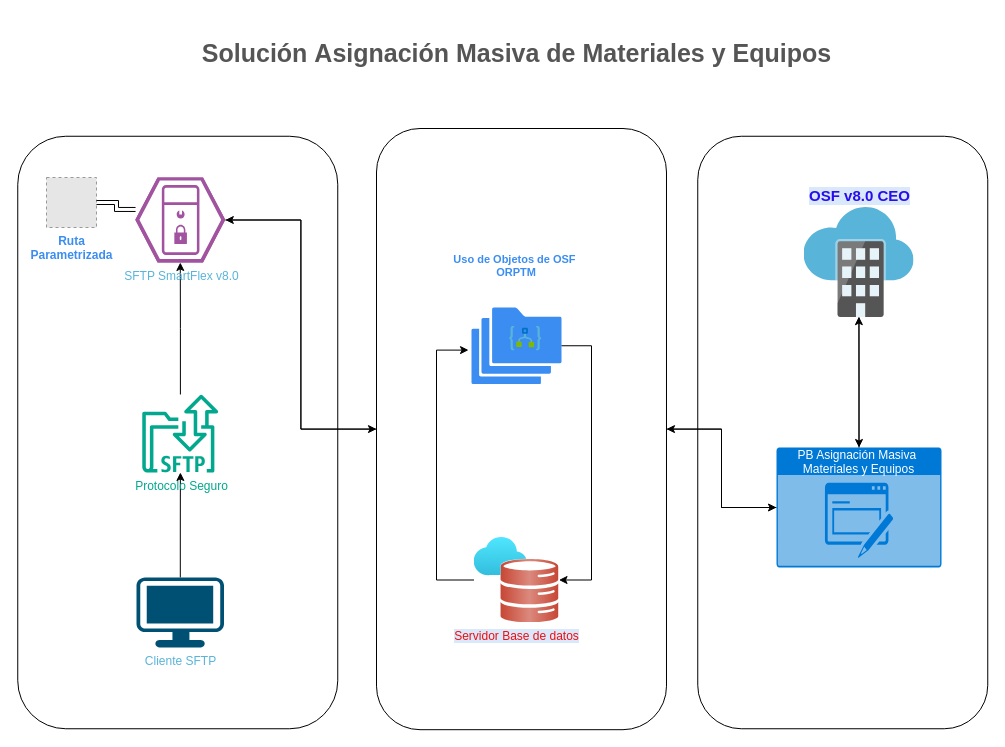
danieltm1987/Design_arandas_Horbath keeps this draw.io diagram as Diagrama_Diseño_Aranda_1132_v2.drawio. Above is the earlier version. Source tidied: cells renumbered, new cells numbered last; positions are measured from the earlier drawing's top-left corner, leaving out a move shared by most shapes. Both pictures are drawn from the tidied source at 100%, with x=0, y=0 at pixel (-119, 17). Pictures stored in the file or linked from it are replaced by grey dashed boxes.
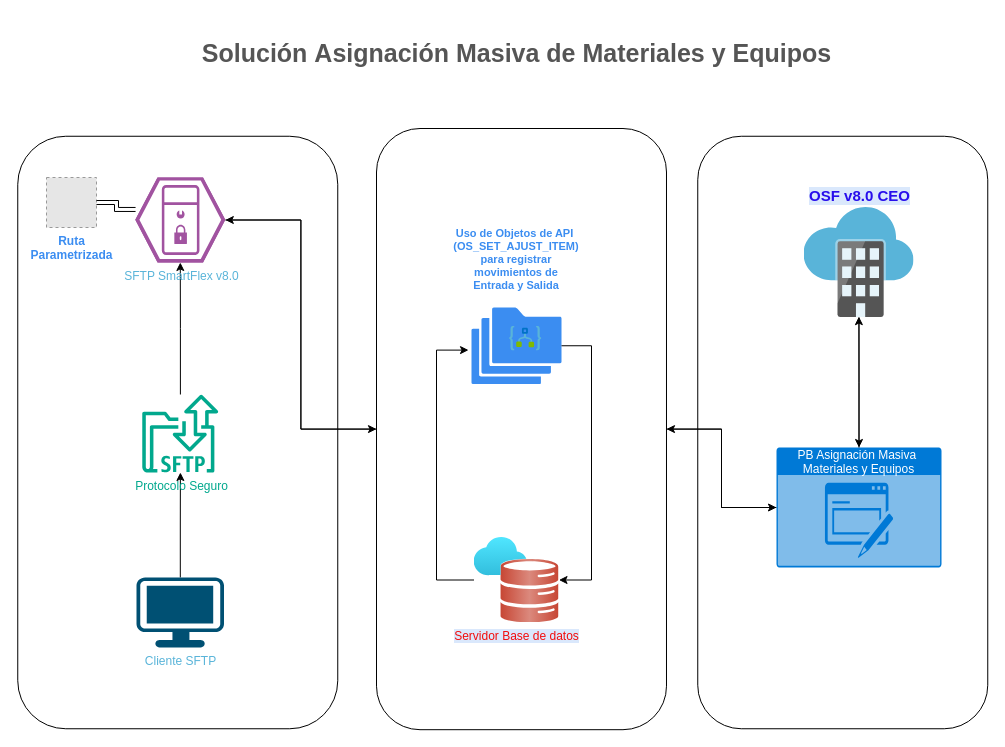
The same diagram, later.

The edit, as a diff of the source:
```diff
@@
-    <mxCell id="15" value="Uso de Objetos de OSF &#10;ORPTM&#10;&#10;" style="group;labelPosition=center;verticalLabelPosition=top;align=center;verticalAlign=bottom;fontStyle=1;fontColor=light-dark(#3b8df1, #ededed);fontSize=11;" parent="1" vertex="1">
+    <mxCell id="15" value="Uso de Objetos de API &#10;(OS_SET_AJUST_ITEM)&#10;para registrar&#10; movimientos de &#10;Entrada y Salida&#10;" style="group;labelPosition=center;verticalLabelPosition=top;align=center;verticalAlign=bottom;fontStyle=1;fontColor=light-dark(#3b8df1, #ededed);fontSize=11;" parent="1" vertex="1">
       <mxGeometry x="590" y="290" width="90" height="80" as="geometry" />
     </mxCell>
```
